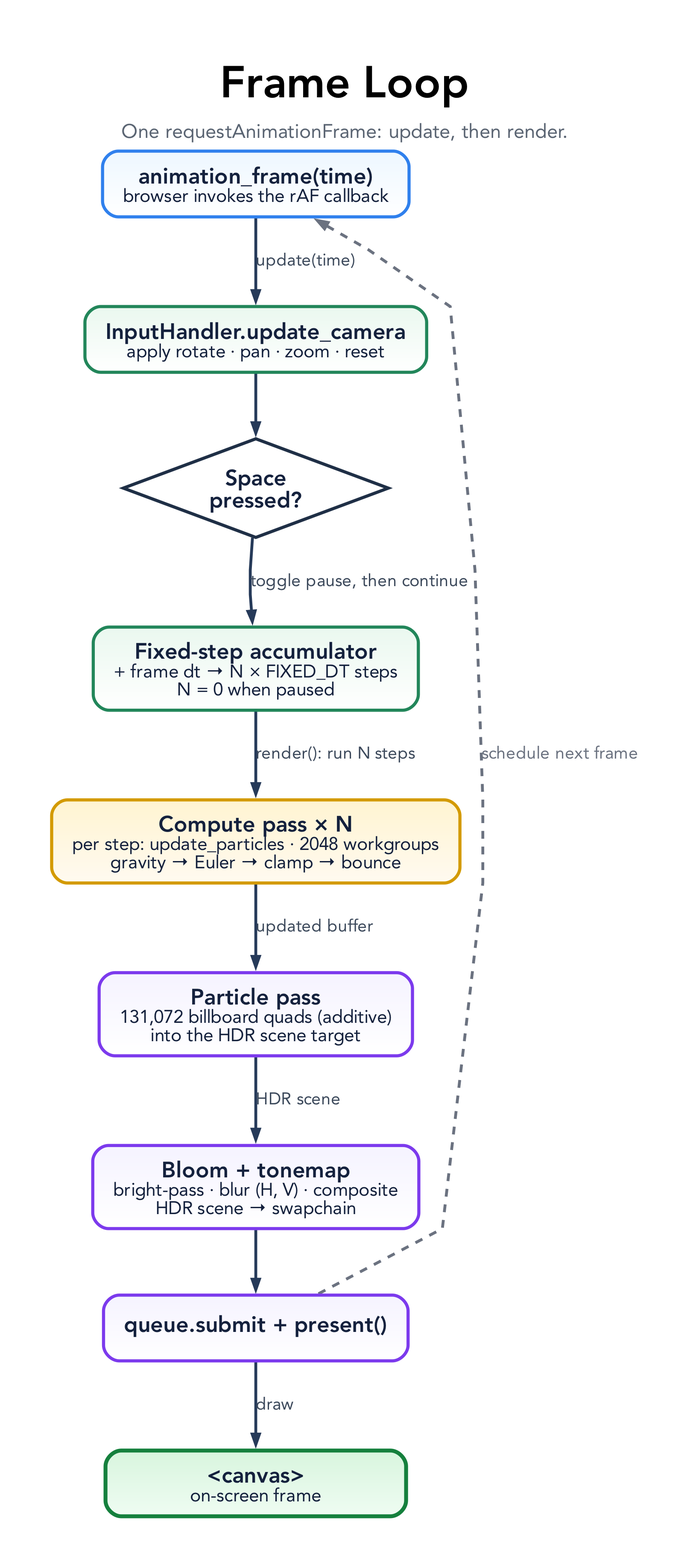
The Graphviz diagram docs/diagrams/frame-loop.png in tre-systems/galacto, before a commit. Its source is kept beside it as docs/diagrams/frame-loop.dot.
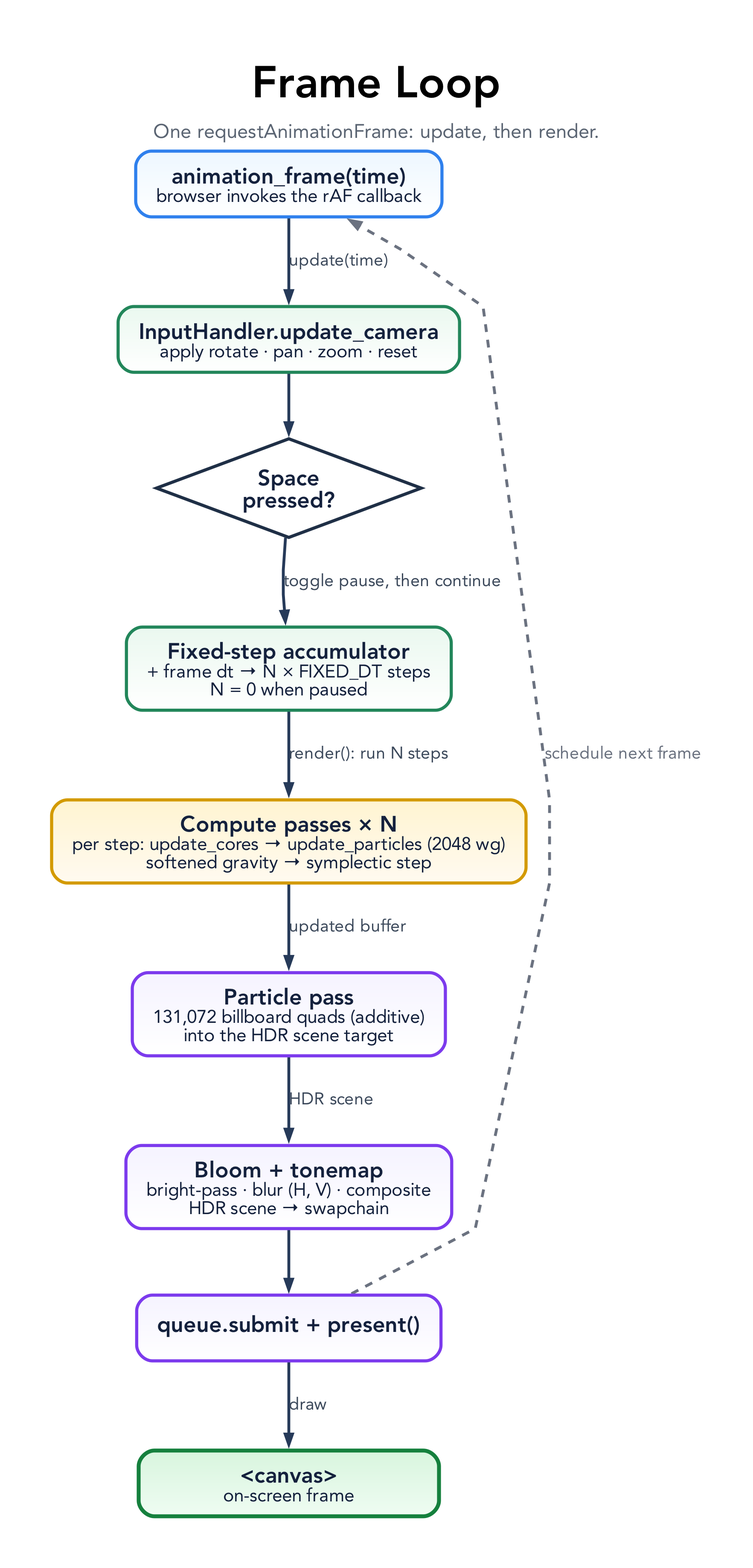
Later version of the same file.

The edit, as a diff of the source:
```diff
@@ -50,7 +50,7 @@
   U2 [shape=diamond, style=filled, fillcolor="#ffffff", color="#1f2f46", penwidth=2.4, width=2.4, height=1.05, label=<<B>Space<BR/>pressed?</B>>];
   U3 [label=<<B>Fixed-step accumulator</B><BR/><FONT POINT-SIZE="14">+ frame dt → N × FIXED_DT steps<BR/>N = 0 when paused</FONT>>, fillcolor="#eaf8ef:#ffffff", color="#22865a"];
 
-  CP [label=<<B>Compute pass × N</B><BR/><FONT POINT-SIZE="14">per step: update_particles · 2048 workgroups<BR/>gravity → Euler → clamp → bounce</FONT>>, fillcolor="#fff4d1:#fffaf0", color="#d39a00"];
+  CP [label=<<B>Compute passes × N</B><BR/><FONT POINT-SIZE="14">per step: update_cores → update_particles (2048 wg)<BR/>softened gravity → symplectic step</FONT>>, fillcolor="#fff4d1:#fffaf0", color="#d39a00"];
   RP [label=<<B>Particle pass</B><BR/><FONT POINT-SIZE="14">131,072 billboard quads (additive)<BR/>into the HDR scene target</FONT>>, fillcolor="#f5f3ff:#ffffff", color="#7c3aed"];
   BLOOM [label=<<B>Bloom + tonemap</B><BR/><FONT POINT-SIZE="14">bright-pass · blur (H, V) · composite<BR/>HDR scene → swapchain</FONT>>, fillcolor="#f5f3ff:#ffffff", color="#7c3aed"];
   PRES [label=<<B>queue.submit + present()</B>>, fillcolor="#f5f3ff:#ffffff", color="#7c3aed"];
```
